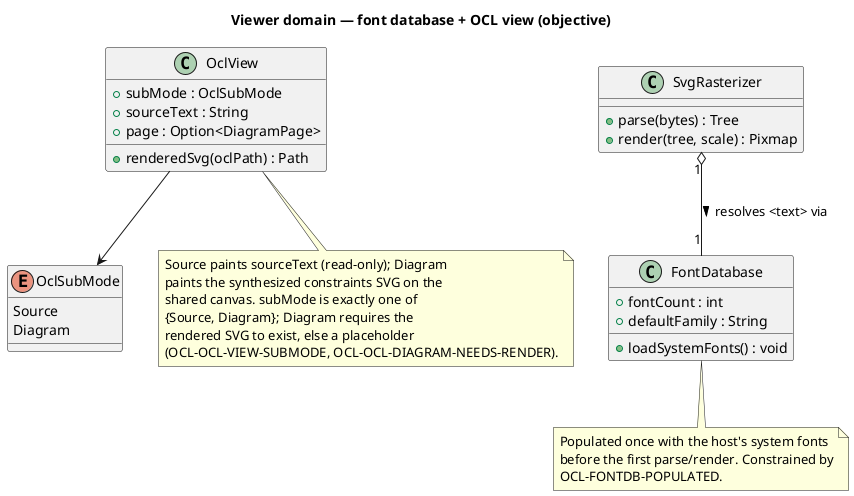
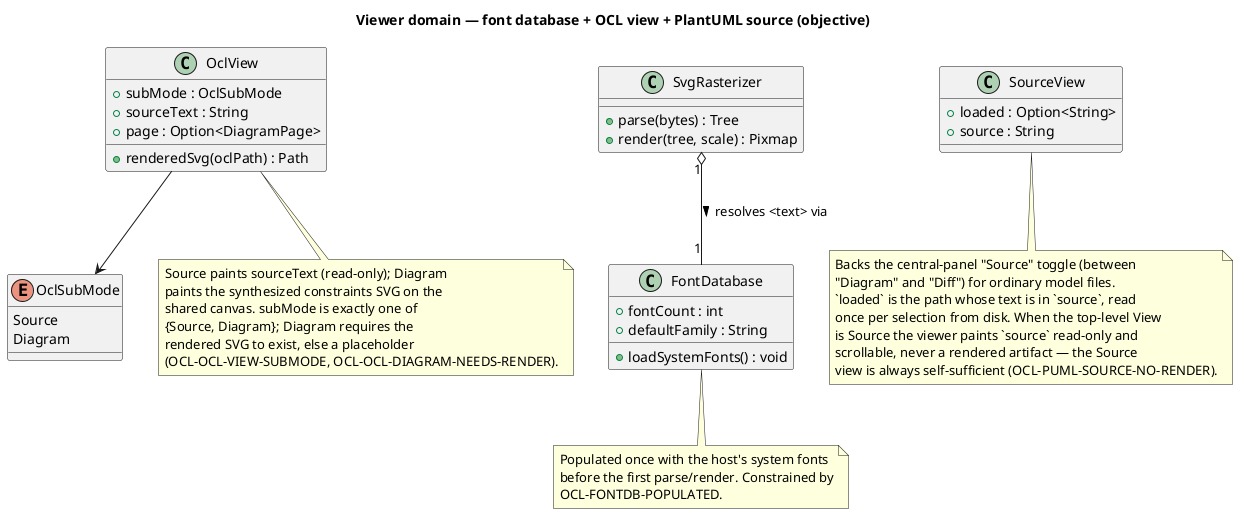
@startuml
' @id(DOM-FONT-DATABASE)
' @id(DOM-OCL-VIEW)
+ ' @id(DOM-PUML-SOURCE-VIEW)
' @desc(DOM-FONT-DATABASE, "The font database the SVG rasterizer depends on; populated once with system fonts before the first parse/render.")
' @desc(DOM-OCL-VIEW, "Viewer state for a selected .ocl constraint file: sub_mode (Source = raw OCL text, Diagram = synthesized constraints SVG) and the loaded diagram page.")
+ ' @desc(DOM-PUML-SOURCE-VIEW, "Viewer state backing the central-panel Source toggle for ordinary model files: the path whose text is loaded and the cached raw .puml source. When the top-level View is Source the viewer paints this text read-only instead of the rendered SVG; reading the file requires no renderer.")
' Objective-side viewer domain: the font database the SVG rasterizer
- ' depends on, plus the OCL-view state added this cycle.
- title Viewer domain — font database + OCL view (objective)
+ ' depends on, the OCL-view state, and the PlantUML Source-view state that
+ ' backs the central-panel Diagram | Source | Diff toggle.
+ title Viewer domain — font database + OCL view + PlantUML source (objective)

enum OclSubMode {
  Source
  Diagram
}

class SvgRasterizer {
  + parse(bytes) : Tree
  + render(tree, scale) : Pixmap
}

class FontDatabase {
  + fontCount : int
  + defaultFamily : String
  + loadSystemFonts() : void
}

class OclView {
  + subMode : OclSubMode
  + sourceText : String
  + page : Option<DiagramPage>
  + renderedSvg(oclPath) : Path
}

+ class SourceView {
+   + loaded : Option<String>
+   + source : String
+ }
+ 
SvgRasterizer "1" o-- "1" FontDatabase : resolves <text> via >
OclView --> OclSubMode

note bottom of FontDatabase
  Populated once with the host's system fonts
  before the first parse/render. Constrained by
  OCL-FONTDB-POPULATED.
end note

note bottom of OclView
  Source paints sourceText (read-only); Diagram
  paints the synthesized constraints SVG on the
  shared canvas. subMode is exactly one of
  {Source, Diagram}; Diagram requires the
  rendered SVG to exist, else a placeholder
  (OCL-OCL-VIEW-SUBMODE, OCL-OCL-DIAGRAM-NEEDS-RENDER).
end note
+ 
+ note bottom of SourceView
+   Backs the central-panel "Source" toggle (between
+   "Diagram" and "Diff") for ordinary model files.
+   `loaded` is the path whose text is in `source`, read
+   once per selection from disk. When the top-level View
+   is Source the viewer paints `source` read-only and
+   scrollable, never a rendered artifact — the Source
+   view is always self-sufficient (OCL-PUML-SOURCE-NO-RENDER).
+ end note
@enduml
